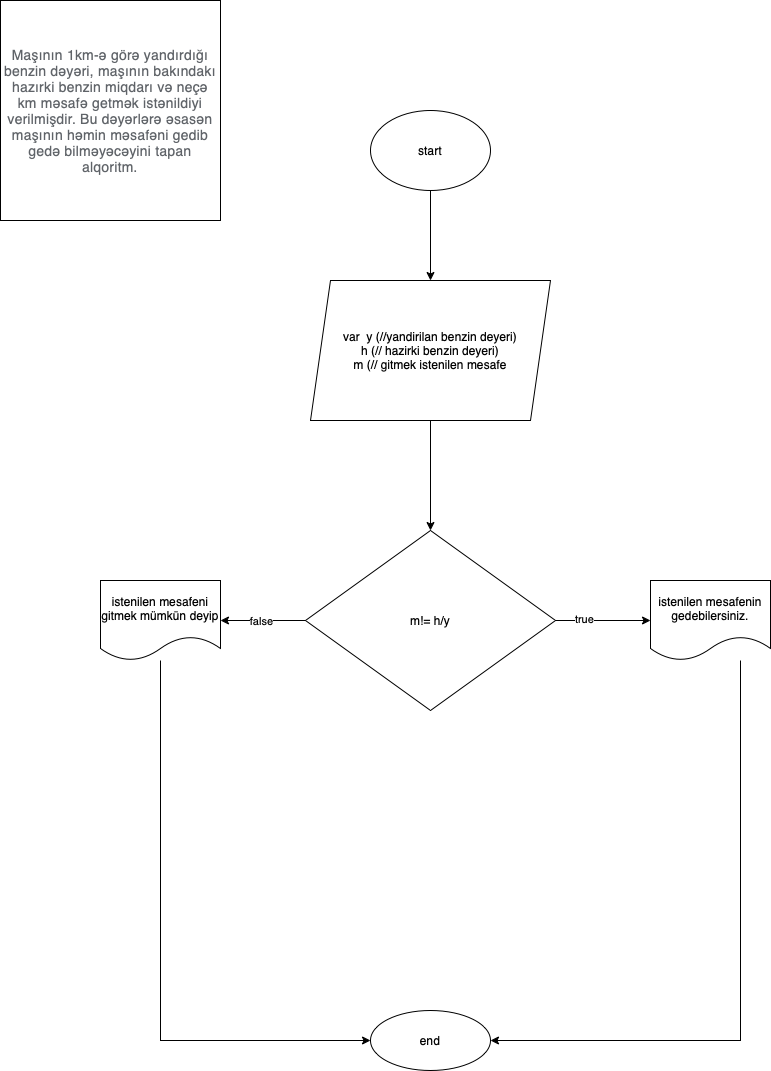
The draw.io diagram Algoritm 4.png in Lmntria/04.08.2022-homework, before a commit. Source tidied: cells renumbered, new cells last; positions are measured from the earlier drawing's top-left corner, leaving out a move shared by most shapes. Source of this version:
```xml
<mxGraphModel>
  <root>
    <mxCell id="0" />
    <mxCell id="1" parent="0" />
    <mxCell id="2" style="edgeStyle=orthogonalEdgeStyle;rounded=0;jettySize=auto;html=1;" parent="1" edge="1" source="3" target="6">
      <mxGeometry relative="1" as="geometry" />
    </mxCell>
    <mxCell id="3" value="start" style="ellipse;whiteSpace=wrap;html=1;" parent="1" vertex="1">
      <mxGeometry x="370" y="110" width="120" height="80" as="geometry" />
    </mxCell>
    <mxCell id="4" value="&lt;span style=&quot;text-align: start; caret-color: rgb(95, 99, 104); color: rgb(95, 99, 104); font-family: Roboto, RobotoDraft, Helvetica, Arial, sans-serif; font-size: 14px; letter-spacing: 0.20000000298023224px; background-color: rgb(255, 255, 255);&quot;&gt;Maşının 1km-ə görə yandırdığı benzin dəyəri, maşının bakındakı hazırki benzin miqdarı və neçə km məsafə getmək istənildiyi verilmişdir. Bu dəyərlərə əsasən maşının həmin məsafəni gedib gedə bilməyəcəyini tapan alqoritm.&lt;/span&gt;" style="whiteSpace=wrap;html=1;" parent="1" vertex="1">
      <mxGeometry width="220" height="220" as="geometry" />
    </mxCell>
    <mxCell id="5" style="edgeStyle=orthogonalEdgeStyle;rounded=0;jettySize=auto;html=1;" parent="1" edge="1" source="6" target="11">
      <mxGeometry relative="1" as="geometry" />
    </mxCell>
    <mxCell id="6" value="var &amp;nbsp;y (//yandirilan benzin deyeri)&lt;br&gt;h (// hazirki benzin deyeri)&lt;br&gt;m (// gitmek istenilen mesafe" style="shape=parallelogram;perimeter=parallelogramPerimeter;whiteSpace=wrap;html=1;fixedSize=1;" parent="1" vertex="1">
      <mxGeometry x="310" y="280" width="240" height="140" as="geometry" />
    </mxCell>
    <mxCell id="7" style="edgeStyle=orthogonalEdgeStyle;rounded=0;jettySize=auto;html=1;" parent="1" edge="1" source="11" target="13">
      <mxGeometry relative="1" as="geometry" />
    </mxCell>
    <mxCell id="8" value="true" style="edgeLabel;html=1;align=center;verticalAlign=middle;" parent="7" vertex="1">
      <mxGeometry x="-0.42" y="2" relative="1" as="geometry" />
    </mxCell>
    <mxCell id="9" style="edgeStyle=orthogonalEdgeStyle;rounded=0;jettySize=auto;html=1;" parent="1" edge="1" source="11" target="16">
      <mxGeometry relative="1" as="geometry" />
    </mxCell>
    <mxCell id="10" value="false" style="edgeLabel;html=1;align=center;verticalAlign=middle;" parent="9" vertex="1">
      <mxGeometry x="0.06" relative="1" as="geometry" />
    </mxCell>
    <mxCell id="11" value="m!= h/y" style="rhombus;whiteSpace=wrap;html=1;" parent="1" vertex="1">
      <mxGeometry x="305" y="530" width="250" height="180" as="geometry" />
    </mxCell>
    <mxCell id="12" style="edgeStyle=orthogonalEdgeStyle;rounded=0;jettySize=auto;html=1;" parent="1" edge="1" source="13" target="14">
      <mxGeometry relative="1" as="geometry">
        <Array as="points">
          <mxPoint x="740" y="1040" />
        </Array>
      </mxGeometry>
    </mxCell>
    <mxCell id="13" value="istenilen mesafenin gedebilersiniz." style="shape=document;whiteSpace=wrap;html=1;boundedLbl=1;" parent="1" vertex="1">
      <mxGeometry x="650" y="580" width="120" height="80" as="geometry" />
    </mxCell>
    <mxCell id="14" value="end" style="ellipse;whiteSpace=wrap;html=1;" parent="1" vertex="1">
      <mxGeometry x="370" y="1010" width="120" height="60" as="geometry" />
    </mxCell>
    <mxCell id="15" style="edgeStyle=orthogonalEdgeStyle;rounded=0;jettySize=auto;html=1;entryX=0;entryY=0.5;entryDx=0;entryDy=0;" parent="1" edge="1" source="16" target="14">
      <mxGeometry relative="1" as="geometry">
        <Array as="points">
          <mxPoint x="160" y="1040" />
        </Array>
      </mxGeometry>
    </mxCell>
    <mxCell id="16" value="istenilen mesafeni gitmek mümkün deyip" style="shape=document;whiteSpace=wrap;html=1;boundedLbl=1;" parent="1" vertex="1">
      <mxGeometry x="100" y="580" width="120" height="80" as="geometry" />
    </mxCell>
  </root>
</mxGraphModel>
```
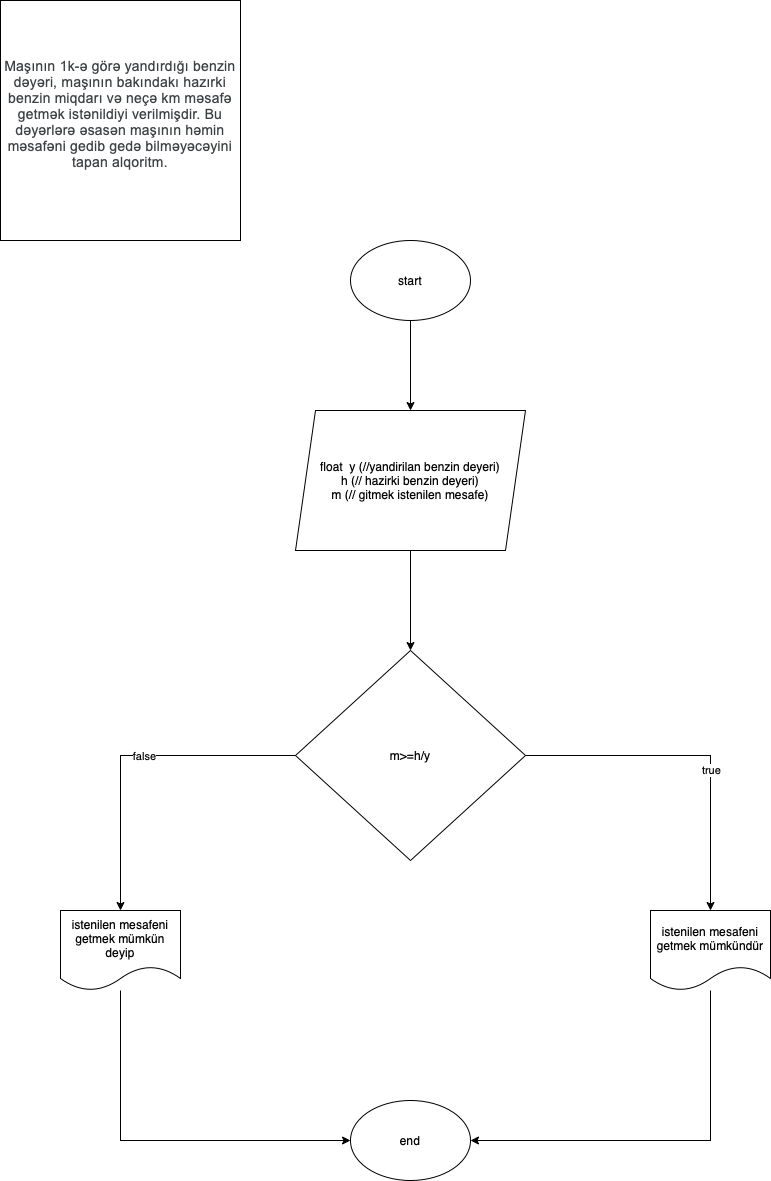
The same file after the commit.

Commit message:
Algoritm 4 duzeldildi

The edit, as a diff of the source:
```diff
@@ -2,58 +2,58 @@
   <root>
     <mxCell id="0" />
     <mxCell id="1" parent="0" />
-    <mxCell id="2" style="edgeStyle=orthogonalEdgeStyle;rounded=0;jettySize=auto;html=1;" parent="1" edge="1" source="3" target="6">
-      <mxGeometry relative="1" as="geometry" />
-    </mxCell>
+    <mxCell id="17" value="&lt;meta charset=&quot;utf-8&quot;&gt;&lt;span style=&quot;font-style: normal; font-variant-caps: normal; font-weight: 400; text-align: start; text-indent: 0px; text-transform: none; word-spacing: 0px; -webkit-text-stroke-width: 0px; text-decoration: none; caret-color: rgb(60, 64, 67); color: rgb(60, 64, 67); font-family: Roboto, Arial, sans-serif; font-size: 14px; letter-spacing: 0.19999994337558746px; float: none; display: inline !important;&quot;&gt;Maşının 1k-ə görə yandırdığı benzin dəyəri, maşının bakındakı hazırki benzin miqdarı və neçə km məsafə getmək istənildiyi verilmişdir. Bu dəyərlərə əsasən maşının həmin məsafəni gedib gedə bilməyəcəyini tapan alqoritm.&lt;/span&gt;&lt;br style=&quot;font-style: normal; font-variant-caps: normal; font-weight: 400; text-align: start; text-indent: 0px; text-transform: none; word-spacing: 0px; -webkit-text-stroke-width: 0px; text-decoration: none; caret-color: rgb(60, 64, 67); color: rgb(60, 64, 67); font-family: Roboto, Arial, sans-serif; font-size: 14px; letter-spacing: 0.19999994337558746px;&quot;&gt;&lt;br style=&quot;font-style: normal; font-variant-caps: normal; font-weight: 400; text-align: start; text-indent: 0px; text-transform: none; word-spacing: 0px; -webkit-text-stroke-width: 0px; text-decoration: none; caret-color: rgb(60, 64, 67); color: rgb(60, 64, 67); font-family: Roboto, Arial, sans-serif; font-size: 14px; letter-spacing: 0.19999994337558746px;&quot;&gt;" style="whiteSpace=wrap;html=1;" parent="1" vertex="1">
+      <mxGeometry x="1420" y="-180" width="240" height="240" as="geometry" />
+    </mxCell>
+    <mxCell id="18" style="edgeStyle=orthogonalEdgeStyle;rounded=0;jettySize=auto;html=1;" parent="1" edge="1" source="3" target="20">
+      <mxGeometry relative="1" as="geometry" />
+    </mxCell>
     <mxCell id="3" value="start" style="ellipse;whiteSpace=wrap;html=1;" parent="1" vertex="1">
-      <mxGeometry x="370" y="110" width="120" height="80" as="geometry" />
+      <mxGeometry x="1770" y="60" width="120" height="80" as="geometry" />
     </mxCell>
-    <mxCell id="4" value="&lt;span style=&quot;text-align: start; caret-color: rgb(95, 99, 104); color: rgb(95, 99, 104); font-family: Roboto, RobotoDraft, Helvetica, Arial, sans-serif; font-size: 14px; letter-spacing: 0.20000000298023224px; background-color: rgb(255, 255, 255);&quot;&gt;Maşının 1km-ə görə yandırdığı benzin dəyəri, maşının bakındakı hazırki benzin miqdarı və neçə km məsafə getmək istənildiyi verilmişdir. Bu dəyərlərə əsasən maşının həmin məsafəni gedib gedə bilməyəcəyini tapan alqoritm.&lt;/span&gt;" style="whiteSpace=wrap;html=1;" parent="1" vertex="1">
-      <mxGeometry width="220" height="220" as="geometry" />
-    </mxCell>
-    <mxCell id="5" style="edgeStyle=orthogonalEdgeStyle;rounded=0;jettySize=auto;html=1;" parent="1" edge="1" source="6" target="11">
-      <mxGeometry relative="1" as="geometry" />
-    </mxCell>
-    <mxCell id="6" value="var &amp;nbsp;y (//yandirilan benzin deyeri)&lt;br&gt;h (// hazirki benzin deyeri)&lt;br&gt;m (// gitmek istenilen mesafe" style="shape=parallelogram;perimeter=parallelogramPerimeter;whiteSpace=wrap;html=1;fixedSize=1;" parent="1" vertex="1">
-      <mxGeometry x="310" y="280" width="240" height="140" as="geometry" />
-    </mxCell>
-    <mxCell id="7" style="edgeStyle=orthogonalEdgeStyle;rounded=0;jettySize=auto;html=1;" parent="1" edge="1" source="11" target="13">
-      <mxGeometry relative="1" as="geometry" />
-    </mxCell>
+    <mxCell id="19" style="edgeStyle=orthogonalEdgeStyle;rounded=0;jettySize=auto;html=1;" parent="1" edge="1" source="20" target="23">
+      <mxGeometry relative="1" as="geometry" />
+    </mxCell>
+    <mxCell id="20" value="float &amp;nbsp;y (//yandirilan benzin deyeri)&lt;br&gt;h (// hazirki benzin deyeri)&lt;br&gt;m (// gitmek istenilen mesafe)" style="shape=parallelogram;perimeter=parallelogramPerimeter;whiteSpace=wrap;html=1;fixedSize=1;" parent="1" vertex="1">
+      <mxGeometry x="1715" y="230" width="230" height="140" as="geometry" />
+    </mxCell>
+    <mxCell id="21" style="edgeStyle=orthogonalEdgeStyle;rounded=0;jettySize=auto;html=1;" parent="1" edge="1" source="23" target="25">
+      <mxGeometry relative="1" as="geometry" />
+    </mxCell>
-    <mxCell id="8" value="true" style="edgeLabel;html=1;align=center;verticalAlign=middle;" parent="7" vertex="1">
-      <mxGeometry x="-0.42" y="2" relative="1" as="geometry" />
+    <mxCell id="8" value="true" style="edgeLabel;html=1;align=center;verticalAlign=middle;" parent="21" vertex="1">
+      <mxGeometry x="0.17" relative="1" as="geometry" />
     </mxCell>
-    <mxCell id="9" style="edgeStyle=orthogonalEdgeStyle;rounded=0;jettySize=auto;html=1;" parent="1" edge="1" source="11" target="16">
-      <mxGeometry relative="1" as="geometry" />
-    </mxCell>
+    <mxCell id="22" style="edgeStyle=orthogonalEdgeStyle;rounded=0;jettySize=auto;html=1;" parent="1" edge="1" source="23" target="27">
+      <mxGeometry relative="1" as="geometry" />
+    </mxCell>
-    <mxCell id="10" value="false" style="edgeLabel;html=1;align=center;verticalAlign=middle;" parent="9" vertex="1">
-      <mxGeometry x="0.06" relative="1" as="geometry" />
+    <mxCell id="10" value="false" style="edgeLabel;html=1;align=center;verticalAlign=middle;" parent="22" vertex="1">
+      <mxGeometry x="-0.08" relative="1" as="geometry" />
     </mxCell>
-    <mxCell id="11" value="m!= h/y" style="rhombus;whiteSpace=wrap;html=1;" parent="1" vertex="1">
-      <mxGeometry x="305" y="530" width="250" height="180" as="geometry" />
-    </mxCell>
-    <mxCell id="12" style="edgeStyle=orthogonalEdgeStyle;rounded=0;jettySize=auto;html=1;" parent="1" edge="1" source="13" target="14">
-      <mxGeometry relative="1" as="geometry">
-        <Array as="points">
-          <mxPoint x="740" y="1040" />
-        </Array>
-      </mxGeometry>
-    </mxCell>
-    <mxCell id="13" value="istenilen mesafenin gedebilersiniz." style="shape=document;whiteSpace=wrap;html=1;boundedLbl=1;" parent="1" vertex="1">
-      <mxGeometry x="650" y="580" width="120" height="80" as="geometry" />
-    </mxCell>
+    <mxCell id="23" value="m&amp;gt;=h/y" style="rhombus;whiteSpace=wrap;html=1;" parent="1" vertex="1">
+      <mxGeometry x="1715" y="470" width="230" height="210" as="geometry" />
+    </mxCell>
+    <mxCell id="24" style="edgeStyle=orthogonalEdgeStyle;rounded=0;jettySize=auto;html=1;entryX=1;entryY=0.5;entryDx=0;entryDy=0;" parent="1" edge="1" source="25" target="14">
+      <mxGeometry relative="1" as="geometry">
+        <Array as="points">
+          <mxPoint x="2130" y="960" />
+        </Array>
+      </mxGeometry>
+    </mxCell>
+    <mxCell id="25" value="istenilen mesafeni getmek mümkündür" style="shape=document;whiteSpace=wrap;html=1;boundedLbl=1;" parent="1" vertex="1">
+      <mxGeometry x="2070" y="730" width="120" height="80" as="geometry" />
+    </mxCell>
+    <mxCell id="26" style="edgeStyle=orthogonalEdgeStyle;rounded=0;jettySize=auto;html=1;entryX=0;entryY=0.5;entryDx=0;entryDy=0;" parent="1" edge="1" source="27" target="14">
+      <mxGeometry relative="1" as="geometry">
+        <Array as="points">
+          <mxPoint x="1540" y="960" />
+        </Array>
+      </mxGeometry>
+    </mxCell>
+    <mxCell id="27" value="istenilen mesafeni getmek mümkün deyip" style="shape=document;whiteSpace=wrap;html=1;boundedLbl=1;" parent="1" vertex="1">
+      <mxGeometry x="1480" y="730" width="120" height="80" as="geometry" />
+    </mxCell>
     <mxCell id="14" value="end" style="ellipse;whiteSpace=wrap;html=1;" parent="1" vertex="1">
-      <mxGeometry x="370" y="1010" width="120" height="60" as="geometry" />
+      <mxGeometry x="1770" y="920" width="120" height="80" as="geometry" />
     </mxCell>
-    <mxCell id="15" style="edgeStyle=orthogonalEdgeStyle;rounded=0;jettySize=auto;html=1;entryX=0;entryY=0.5;entryDx=0;entryDy=0;" parent="1" edge="1" source="16" target="14">
-      <mxGeometry relative="1" as="geometry">
-        <Array as="points">
-          <mxPoint x="160" y="1040" />
-        </Array>
-      </mxGeometry>
-    </mxCell>
-    <mxCell id="16" value="istenilen mesafeni gitmek mümkün deyip" style="shape=document;whiteSpace=wrap;html=1;boundedLbl=1;" parent="1" vertex="1">
-      <mxGeometry x="100" y="580" width="120" height="80" as="geometry" />
-    </mxCell>
   </root>
 </mxGraphModel>
```
